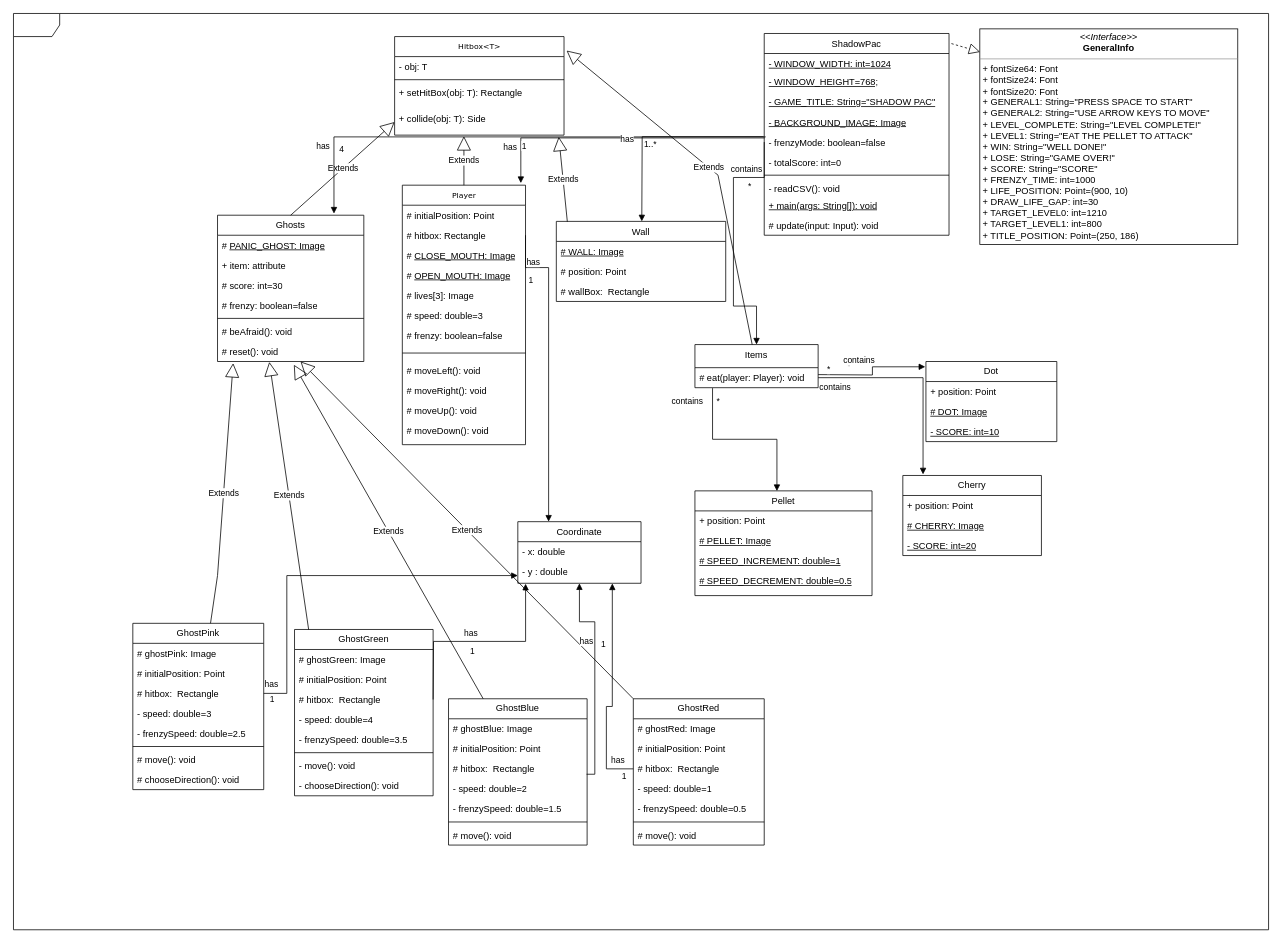
The draw.io diagram Project2A.drawio in stfdtj/swen20003, before the edit. Source tidied: cells renumbered, new cells numbered last; positions are measured from the earlier drawing's top-left corner, leaving out a move shared by most shapes. Both pictures are drawn from the tidied source at 77%, with x=0, y=0 at pixel (13, 13).
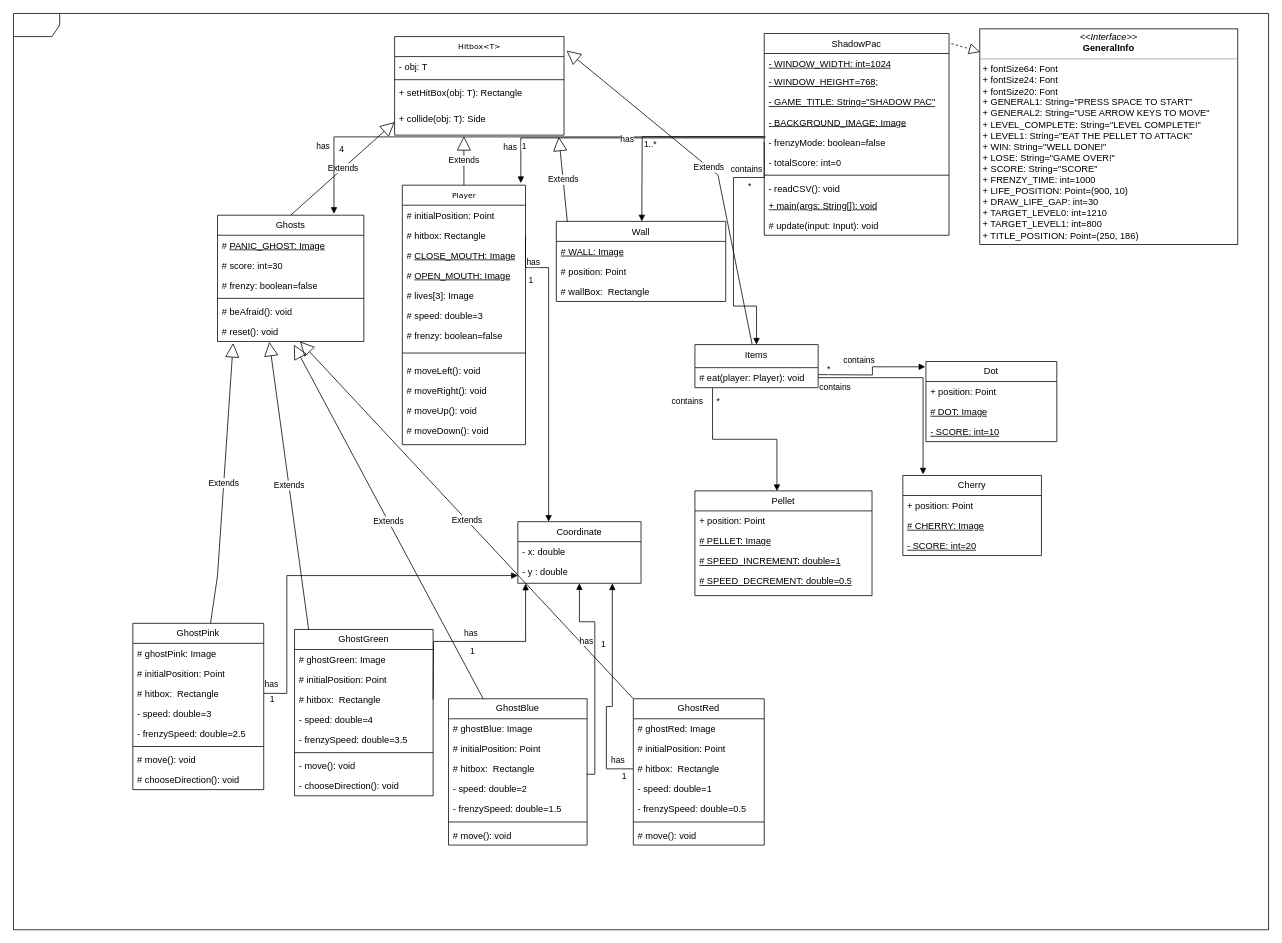
After the change.

Diff of the diagram source:
```diff
@@
     <mxCell id="23" value="Ghosts" style="swimlane;fontStyle=0;horizontal=1;startSize=26;fillColor=none;whiteSpace=wrap;html=1;rounded=0;labelBackgroundColor=none;" parent="1" vertex="1">
-      <mxGeometry x="265" y="262" width="190" height="190" as="geometry" />
+      <mxGeometry x="265" y="262" width="190" height="164" as="geometry" />
     </mxCell>
@@
-    <mxCell id="25" value="+ item: attribute" style="text;strokeColor=none;fillColor=none;align=left;verticalAlign=top;spacingLeft=4;spacingRight=4;overflow=hidden;whiteSpace=wrap;html=1;" parent="23" vertex="1">
-      <mxGeometry y="52" width="190" height="26" as="geometry" />
-    </mxCell>
     <mxCell id="26" value="# score: int=30" style="text;strokeColor=none;fillColor=none;align=left;verticalAlign=top;spacingLeft=4;spacingRight=4;overflow=hidden;whiteSpace=wrap;html=1;rounded=0;labelBackgroundColor=none;" parent="23" vertex="1">
-      <mxGeometry y="78" width="190" height="26" as="geometry" />
+      <mxGeometry y="52" width="190" height="26" as="geometry" />
     </mxCell>
     <mxCell id="27" value="# frenzy: boolean=false" style="text;strokeColor=none;fillColor=none;align=left;verticalAlign=top;spacingLeft=4;spacingRight=4;overflow=hidden;whiteSpace=wrap;html=1;" parent="23" vertex="1">
-      <mxGeometry y="104" width="190" height="26" as="geometry" />
+      <mxGeometry y="78" width="190" height="26" as="geometry" />
     </mxCell>
     <mxCell id="28" style="line;strokeWidth=1;fillColor=none;align=left;verticalAlign=middle;spacingTop=-1;spacingLeft=3;spacingRight=3;labelPosition=right;rounded=0;labelBackgroundColor=none;" parent="23" vertex="1">
-      <mxGeometry y="130" width="190" height="8" as="geometry" />
+      <mxGeometry y="104" width="190" height="8" as="geometry" />
     </mxCell>
     <mxCell id="29" value="# beAfraid(): void" style="text;strokeColor=none;fillColor=none;align=left;verticalAlign=top;spacingLeft=4;spacingRight=4;overflow=hidden;whiteSpace=wrap;html=1;rounded=0;labelBackgroundColor=none;" parent="23" vertex="1">
-      <mxGeometry y="138" width="190" height="26" as="geometry" />
+      <mxGeometry y="112" width="190" height="26" as="geometry" />
     </mxCell>
     <mxCell id="30" value="# reset(): void" style="text;strokeColor=none;fillColor=none;align=left;verticalAlign=top;spacingLeft=4;spacingRight=4;overflow=hidden;points=[[0,0.5],[1,0.5]];portConstraint=eastwest;whiteSpace=wrap;html=1;rounded=0;labelBackgroundColor=none;" parent="23" vertex="1">
-      <mxGeometry y="164" width="190" height="26" as="geometry" />
+      <mxGeometry y="138" width="190" height="26" as="geometry" />
     </mxCell>
```
